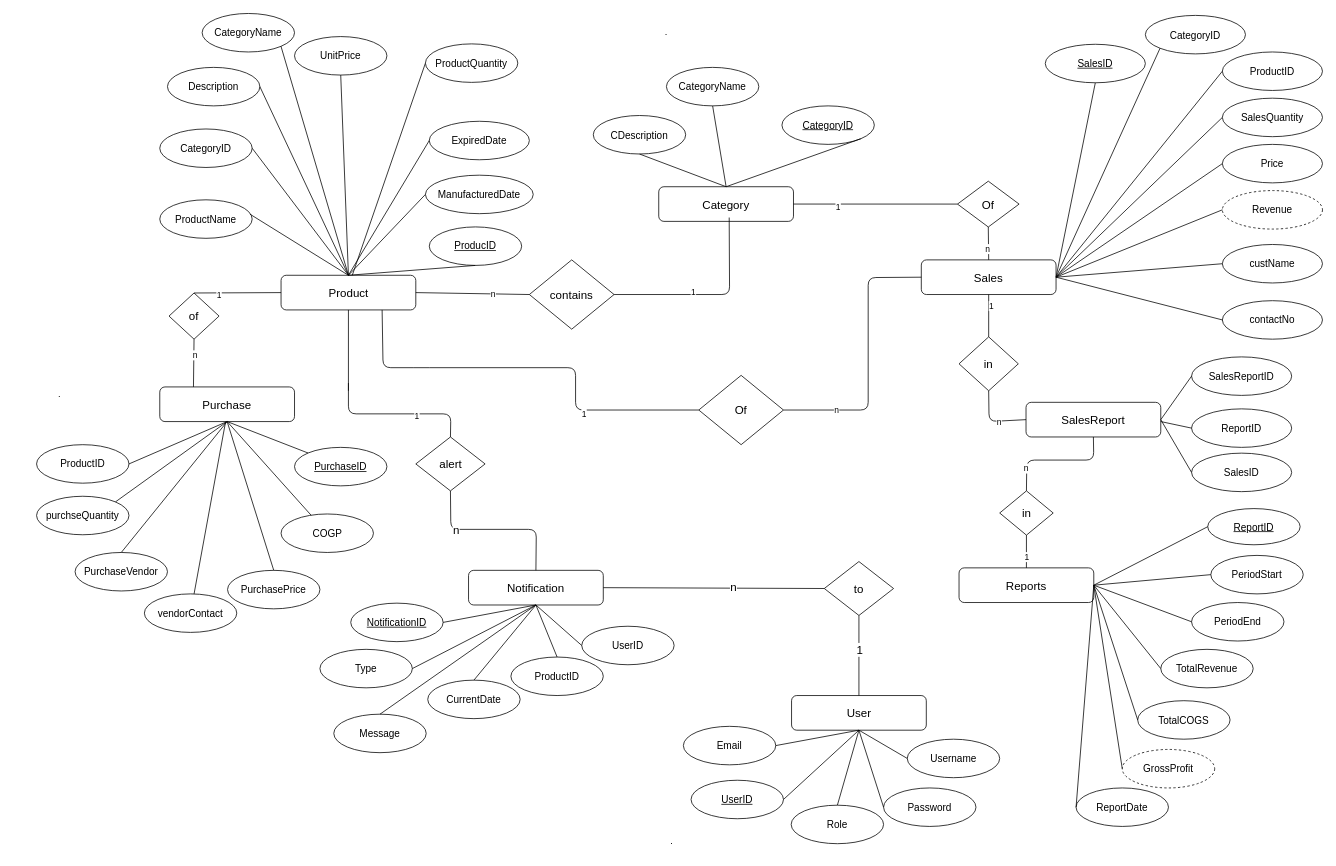
Above: ErDiagram.drawio in parmilan1998/Sales_management_system (draw.io), before the change. Source tidied: cells renumbered, new cells numbered last; positions are measured from the earlier drawing's top-left corner, leaving out a move shared by most shapes. Both pictures are drawn from the tidied source at 77%, with x=0, y=0 at pixel (36, 13).
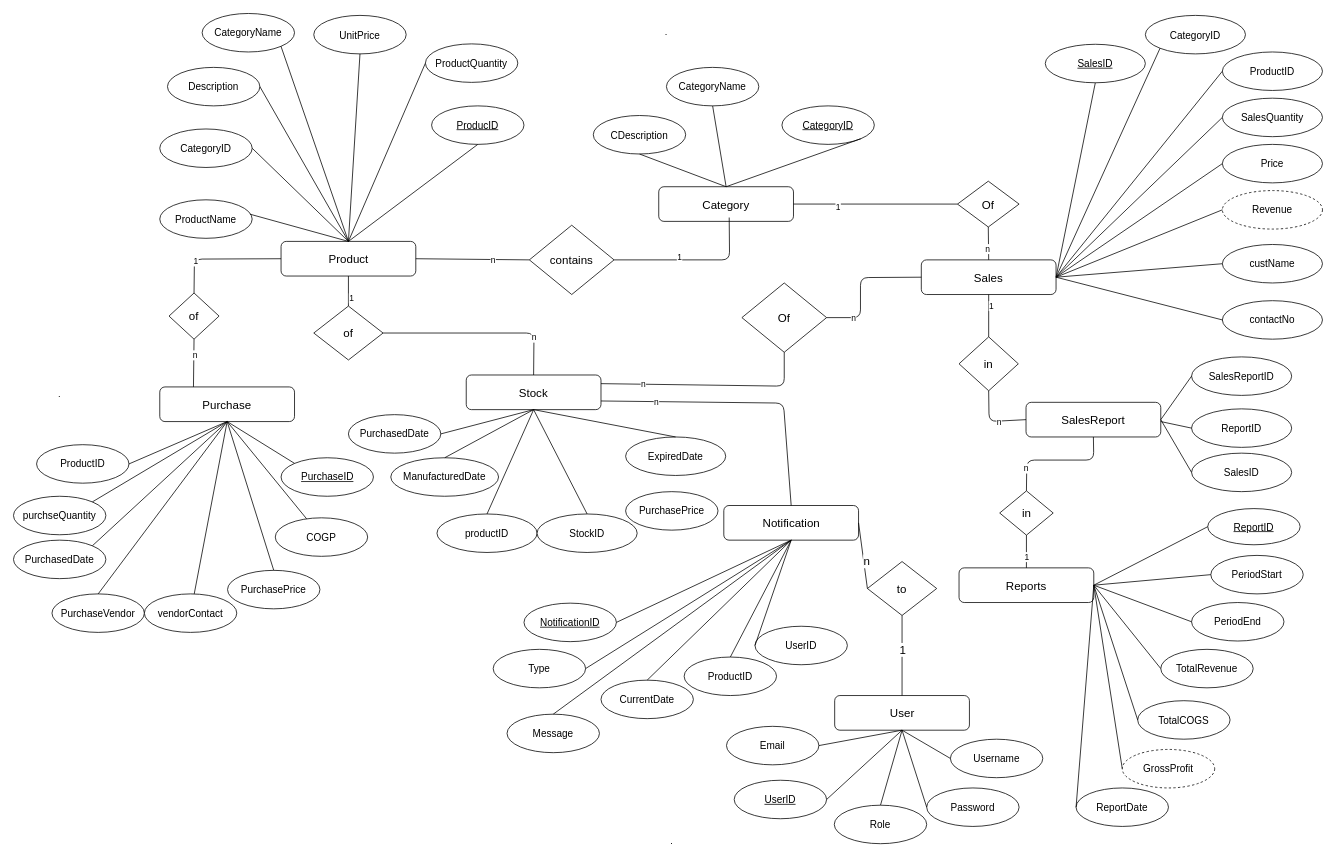
The same page after the edit.

Commit message (it also covers changes not shown here):
found defect

Unchanged cells that the change refers to:
```xml
<mxCell id="9" value="Sales" style="rounded=1;whiteSpace=wrap;html=1;fontSize=15;" parent="1" vertex="1">
  <mxGeometry x="1149" y="320" width="175" height="45" as="geometry" />
</mxCell>
<mxCell id="38" value="Purchase" style="rounded=1;whiteSpace=wrap;html=1;fontSize=15;" parent="1" vertex="1">
  <mxGeometry x="160" y="485" width="175" height="45" as="geometry" />
</mxCell>
<mxCell id="139" value="of" style="rhombus;whiteSpace=wrap;html=1;fontSize=15;" parent="1" vertex="1">
  <mxGeometry x="172" y="363" width="65" height="60" as="geometry" />
</mxCell>
<mxCell id="144" value="ProductQuantity" style="ellipse;whiteSpace=wrap;html=1;fontSize=13;fontStyle=0;" parent="1" vertex="1">
  <mxGeometry x="505" y="39.5" width="120" height="50" as="geometry" />
</mxCell>
<mxCell id="147" value="vendorContact" style="ellipse;whiteSpace=wrap;html=1;fontSize=13;fontStyle=0;" parent="1" vertex="1">
  <mxGeometry x="140" y="753.8" width="120" height="50" as="geometry" />
</mxCell>
```

Change to the diagram source:
```diff
@@
-<mxGraphModel background="#ffffff">
+<mxGraphModel>
@@
     <mxCell id="8" value="Product" style="rounded=1;whiteSpace=wrap;html=1;fontSize=15;" parent="1" vertex="1">
-      <mxGeometry x="317.5" y="340" width="175" height="45" as="geometry" />
+      <mxGeometry x="317.5" y="296" width="175" height="45" as="geometry" />
     </mxCell>
@@
     <mxCell id="12" value="ProducID" style="ellipse;whiteSpace=wrap;html=1;fontSize=13;fontStyle=4;" parent="1" vertex="1">
-      <mxGeometry x="510" y="277.2" width="120" height="50" as="geometry" />
+      <mxGeometry x="513" y="120" width="120" height="50" as="geometry" />
     </mxCell>
@@
     <mxCell id="15" value="UnitPrice" style="ellipse;whiteSpace=wrap;html=1;fontSize=13;fontStyle=0;" parent="1" vertex="1">
-      <mxGeometry x="335" y="30" width="120" height="50" as="geometry" />
+      <mxGeometry x="360" y="2.5" width="120" height="50" as="geometry" />
     </mxCell>
-    <mxCell id="16" value="ManufacturedDate" style="ellipse;whiteSpace=wrap;html=1;fontSize=13;fontStyle=0;" parent="1" vertex="1">
-      <mxGeometry x="505" y="210" width="140" height="50" as="geometry" />
-    </mxCell>
-    <mxCell id="17" value="ExpiredDate" style="ellipse;whiteSpace=wrap;html=1;fontSize=13;fontStyle=0;" parent="1" vertex="1">
-      <mxGeometry x="510" y="140" width="130" height="50" as="geometry" />
-    </mxCell>
@@
-    <mxCell id="23" style="endArrow=none;html=1;fontSize=15;entryX=0.5;entryY=0;entryDx=0;entryDy=0;exitX=0;exitY=0.5;exitDx=0;exitDy=0;" parent="1" edge="1" source="17" target="8">
-      <mxGeometry relative="1" as="geometry" />
-    </mxCell>
-    <mxCell id="24" style="endArrow=none;html=1;fontSize=15;entryX=0.5;entryY=0;entryDx=0;entryDy=0;exitX=0;exitY=0.5;exitDx=0;exitDy=0;" parent="1" edge="1" source="16" target="8">
-      <mxGeometry relative="1" as="geometry" />
-    </mxCell>
@@
-    <mxCell id="37" style="endArrow=none;html=1;fontSize=15;entryX=0;entryY=0.5;entryDx=0;entryDy=0;" parent="1" edge="1" target="144">
-      <mxGeometry relative="1" as="geometry">
-        <mxPoint x="410" y="340" as="sourcePoint" />
-      </mxGeometry>
+    <mxCell id="37" style="endArrow=none;html=1;fontSize=15;entryX=0;entryY=0.5;entryDx=0;entryDy=0;exitX=0.5;exitY=0;exitDx=0;exitDy=0;" parent="1" edge="1" source="8" target="144">
+      <mxGeometry relative="1" as="geometry" />
     </mxCell>
@@
     <mxCell id="39" value="PurchaseID" style="ellipse;whiteSpace=wrap;html=1;fontSize=13;fontStyle=4;" parent="1" vertex="1">
-      <mxGeometry x="335" y="563.5" width="120" height="50" as="geometry" />
+      <mxGeometry x="317.5" y="577" width="120" height="50" as="geometry" />
     </mxCell>
@@
     <mxCell id="41" value="purchseQuantity" style="ellipse;whiteSpace=wrap;html=1;fontSize=13;fontStyle=0;" parent="1" vertex="1">
-      <mxGeometry y="627" width="120" height="50" as="geometry" />
+      <mxGeometry x="-30" y="627" width="120" height="50" as="geometry" />
     </mxCell>
@@
     <mxCell id="43" value="PurchaseVendor" style="ellipse;whiteSpace=wrap;html=1;fontSize=13;fontStyle=0;" parent="1" vertex="1">
-      <mxGeometry x="50" y="700" width="120" height="50" as="geometry" />
+      <mxGeometry x="20" y="753.8" width="120" height="50" as="geometry" />
     </mxCell>
@@
     <mxCell id="63" value="contains" style="rhombus;whiteSpace=wrap;html=1;fontSize=15;" parent="1" vertex="1">
-      <mxGeometry x="640" y="320" width="110" height="90" as="geometry" />
+      <mxGeometry x="640" y="275" width="110" height="90" as="geometry" />
     </mxCell>
     <mxCell id="64" value="Of" style="rhombus;whiteSpace=wrap;html=1;fontSize=15;" parent="1" vertex="1">
-      <mxGeometry x="860" y="470" width="110" height="90" as="geometry" />
+      <mxGeometry x="916" y="350" width="110" height="90" as="geometry" />
     </mxCell>
     <mxCell id="65" value="User" style="rounded=1;whiteSpace=wrap;html=1;fontSize=15;" parent="1" vertex="1">
-      <mxGeometry x="980.5" y="885.8" width="175" height="45" as="geometry" />
+      <mxGeometry x="1036.5" y="885.8" width="175" height="45" as="geometry" />
     </mxCell>
     <mxCell id="66" value="UserID" style="ellipse;whiteSpace=wrap;html=1;fontSize=13;fontStyle=0;" parent="1" vertex="1">
-      <mxGeometry x="708" y="795.8" width="120" height="50" as="geometry" />
+      <mxGeometry x="933" y="795.8" width="120" height="50" as="geometry" />
     </mxCell>
     <mxCell id="67" value="Email" style="ellipse;whiteSpace=wrap;html=1;fontSize=13;fontStyle=0;" parent="1" vertex="1">
-      <mxGeometry x="840" y="925.8" width="120" height="50" as="geometry" />
+      <mxGeometry x="896" y="925.8" width="120" height="50" as="geometry" />
     </mxCell>
     <mxCell id="68" value="Username" style="ellipse;whiteSpace=wrap;html=1;fontSize=13;fontStyle=0;" parent="1" vertex="1">
-      <mxGeometry x="1130.8" y="942.5" width="120" height="50" as="geometry" />
+      <mxGeometry x="1186.8" y="942.5" width="120" height="50" as="geometry" />
     </mxCell>
     <mxCell id="69" value="Password" style="ellipse;whiteSpace=wrap;html=1;fontSize=13;fontStyle=0;" parent="1" vertex="1">
-      <mxGeometry x="1100" y="1005.8" width="120" height="50" as="geometry" />
+      <mxGeometry x="1156" y="1005.8" width="120" height="50" as="geometry" />
     </mxCell>
     <mxCell id="70" value="Role" style="ellipse;whiteSpace=wrap;html=1;fontSize=13;fontStyle=0;" parent="1" vertex="1">
-      <mxGeometry x="980" y="1028.2" width="120" height="50" as="geometry" />
+      <mxGeometry x="1036" y="1028.2" width="120" height="50" as="geometry" />
     </mxCell>
@@
     <mxCell id="75" value="Notification" style="rounded=1;whiteSpace=wrap;html=1;fontSize=15;" parent="1" vertex="1">
-      <mxGeometry x="561" y="723.2" width="175" height="45" as="geometry" />
+      <mxGeometry x="892.5" y="639" width="175" height="45" as="geometry" />
     </mxCell>
     <mxCell id="76" value="NotificationID" style="ellipse;whiteSpace=wrap;html=1;fontSize=13;fontStyle=4;" parent="1" vertex="1">
-      <mxGeometry x="408" y="765.8" width="120" height="50" as="geometry" />
+      <mxGeometry x="633" y="765.8" width="120" height="50" as="geometry" />
     </mxCell>
     <mxCell id="77" value="Type" style="ellipse;whiteSpace=wrap;html=1;fontSize=13;fontStyle=0;" parent="1" vertex="1">
-      <mxGeometry x="368" y="825.8" width="120" height="50" as="geometry" />
+      <mxGeometry x="593" y="825.8" width="120" height="50" as="geometry" />
     </mxCell>
     <mxCell id="78" value="Message" style="ellipse;whiteSpace=wrap;html=1;fontSize=13;fontStyle=0;" parent="1" vertex="1">
-      <mxGeometry x="386" y="910" width="120" height="50" as="geometry" />
+      <mxGeometry x="611" y="910" width="120" height="50" as="geometry" />
     </mxCell>
     <mxCell id="79" value="CurrentDate" style="ellipse;whiteSpace=wrap;html=1;fontSize=13;fontStyle=0;" parent="1" vertex="1">
-      <mxGeometry x="508" y="865.8" width="120" height="50" as="geometry" />
+      <mxGeometry x="733" y="865.8" width="120" height="50" as="geometry" />
     </mxCell>
-    <mxCell id="80" style="endArrow=none;html=1;fontSize=15;entryX=0.5;entryY=1;entryDx=0;entryDy=0;exitX=1;exitY=0.5;exitDx=0;exitDy=0;" parent="1" edge="1" source="76" target="75">
+    <mxCell id="80" style="endArrow=none;html=1;fontSize=15;entryX=0.5;entryY=1;entryDx=0;entryDy=0;exitX=1;exitY=0.5;exitDx=0;exitDy=0;startArrow=none;" parent="1" edge="1" source="76" target="75">
       <mxGeometry relative="1" as="geometry" />
     </mxCell>
@@
     <mxCell id="84" value="UserID" style="ellipse;whiteSpace=wrap;html=1;fontSize=13;fontStyle=4;" parent="1" vertex="1">
-      <mxGeometry x="850" y="995.8" width="120" height="50" as="geometry" />
+      <mxGeometry x="906" y="995.8" width="120" height="50" as="geometry" />
     </mxCell>
@@
     <mxCell id="86" value="to" style="rhombus;whiteSpace=wrap;html=1;fontSize=15;" parent="1" vertex="1">
-      <mxGeometry x="1023" y="711.8" width="90" height="70" as="geometry" />
+      <mxGeometry x="1079" y="711.8" width="90" height="70" as="geometry" />
     </mxCell>
@@
     <mxCell id="91" value="ProductID" style="ellipse;whiteSpace=wrap;html=1;fontSize=13;fontStyle=0;" parent="1" vertex="1">
-      <mxGeometry x="616" y="835.8" width="120" height="50" as="geometry" />
+      <mxGeometry x="841" y="835.8" width="120" height="50" as="geometry" />
     </mxCell>
@@
-    <mxCell id="93" value="alert" style="rhombus;whiteSpace=wrap;html=1;fontSize=15;" parent="1" vertex="1">
-      <mxGeometry x="492.5" y="550" width="90" height="70" as="geometry" />
+    <mxCell id="93" value="of" style="rhombus;whiteSpace=wrap;html=1;fontSize=15;" parent="1" vertex="1">
+      <mxGeometry x="360" y="380" width="90" height="70" as="geometry" />
     </mxCell>
-    <mxCell id="94" style="endArrow=none;html=1;fontSize=15;entryX=0.5;entryY=0;entryDx=0;entryDy=0;exitX=0.5;exitY=1;exitDx=0;exitDy=0;" parent="1" edge="1" source="93" target="75">
-      <mxGeometry relative="1" as="geometry">
-        <Array as="points">
-          <mxPoint x="538" y="670" />
-          <mxPoint x="649" y="670" />
-        </Array>
-      </mxGeometry>
-    </mxCell>
-    <mxCell id="95" value="n" style="edgeLabel;html=1;align=center;verticalAlign=middle;fontSize=15;" parent="94" vertex="1">
-      <mxGeometry x="-0.47" relative="1" as="geometry" />
-    </mxCell>
@@
-    <mxCell id="99" style="endArrow=none;html=1;exitX=0.5;exitY=1;exitDx=0;exitDy=0;" parent="1" edge="1">
+    <mxCell id="99" style="endArrow=none;html=1;exitX=0.5;exitY=1;exitDx=0;exitDy=0;entryX=1;entryY=0.5;entryDx=0;entryDy=0;" parent="1" edge="1" target="63">
       <mxGeometry relative="1" as="geometry">
         <mxPoint x="899.5" y="265" as="sourcePoint" />
-        <mxPoint x="750" y="365" as="targetPoint" />
         <Array as="points">
-          <mxPoint x="900" y="365" />
+          <mxPoint x="900" y="320" />
         </Array>
       </mxGeometry>
     </mxCell>
@@
-    <mxCell id="101" style="endArrow=none;html=1;entryX=0;entryY=0.5;entryDx=0;entryDy=0;exitX=0.75;exitY=1;exitDx=0;exitDy=0;" parent="1" edge="1" source="8" target="64">
-      <mxGeometry relative="1" as="geometry">
-        <Array as="points">
-          <mxPoint x="450" y="460" />
-          <mxPoint x="500" y="460" />
-          <mxPoint x="700" y="460" />
-          <mxPoint x="700" y="515" />
-        </Array>
-      </mxGeometry>
-    </mxCell>
-    <mxCell id="102" value="1" style="edgeLabel;html=1;align=center;verticalAlign=middle;" parent="101" vertex="1">
-      <mxGeometry x="0.45" y="-4" relative="1" as="geometry">
-        <mxPoint x="-1" as="offset" />
-      </mxGeometry>
-    </mxCell>
     <mxCell id="103" style="endArrow=none;html=1;entryX=0;entryY=0.5;entryDx=0;entryDy=0;exitX=1;exitY=0.5;exitDx=0;exitDy=0;" parent="1" edge="1" source="64" target="9">
       <mxGeometry relative="1" as="geometry">
         <Array as="points">
-          <mxPoint x="1080" y="515" />
-          <mxPoint x="1080" y="343" />
+          <mxPoint x="1070" y="395" />
+          <mxPoint x="1070" y="343" />
         </Array>
       </mxGeometry>
     </mxCell>
@@
-    <mxCell id="105" style="endArrow=none;html=1;entryX=0.5;entryY=1;entryDx=0;entryDy=0;" parent="1" edge="1" target="8">
-      <mxGeometry relative="1" as="geometry">
-        <mxPoint x="405" y="490" as="sourcePoint" />
-      </mxGeometry>
-    </mxCell>
-    <mxCell id="106" style="endArrow=none;html=1;exitX=0.5;exitY=0;exitDx=0;exitDy=0;" parent="1" edge="1" source="93">
-      <mxGeometry relative="1" as="geometry">
-        <mxPoint x="405" y="480" as="targetPoint" />
-        <Array as="points">
-          <mxPoint x="538" y="520" />
-          <mxPoint x="405" y="520" />
-        </Array>
-      </mxGeometry>
-    </mxCell>
-    <mxCell id="107" value="1" style="edgeLabel;html=1;align=center;verticalAlign=middle;" parent="106" vertex="1">
-      <mxGeometry x="-0.26" y="2" relative="1" as="geometry" />
-    </mxCell>
@@
     <mxCell id="115" value="COGP" style="ellipse;whiteSpace=wrap;html=1;fontSize=13;fontStyle=0;" parent="1" vertex="1">
-      <mxGeometry x="317.5" y="650" width="120" height="50" as="geometry" />
+      <mxGeometry x="310" y="655" width="120" height="50" as="geometry" />
     </mxCell>
@@
     <mxCell id="140" style="endArrow=none;html=1;entryX=0;entryY=0.5;entryDx=0;entryDy=0;exitX=0.5;exitY=0;exitDx=0;exitDy=0;" parent="1" edge="1" source="139" target="8">
-      <mxGeometry relative="1" as="geometry" />
+      <mxGeometry relative="1" as="geometry">
+        <Array as="points">
+          <mxPoint x="205" y="319" />
+        </Array>
+      </mxGeometry>
     </mxCell>
@@
-    <mxCell id="148" style="endArrow=none;html=1;fontSize=15;entryX=0.5;entryY=1;entryDx=0;entryDy=0;" parent="1" edge="1" source="147">
-      <mxGeometry relative="1" as="geometry">
-        <mxPoint x="245.5" y="530" as="targetPoint" />
-      </mxGeometry>
+    <mxCell id="148" style="endArrow=none;html=1;fontSize=15;entryX=0.5;entryY=1;entryDx=0;entryDy=0;" parent="1" edge="1" source="147" target="38">
+      <mxGeometry relative="1" as="geometry" />
     </mxCell>
@@
+    <mxCell id="151" value="Stock" style="rounded=1;whiteSpace=wrap;html=1;fontSize=15;" parent="1" vertex="1">
+      <mxGeometry x="558" y="469.5" width="175" height="45" as="geometry" />
+    </mxCell>
+    <mxCell id="152" value="productID" style="ellipse;whiteSpace=wrap;html=1;fontSize=13;fontStyle=0;" parent="1" vertex="1">
+      <mxGeometry x="520" y="650" width="130" height="50" as="geometry" />
+    </mxCell>
+    <mxCell id="153" value="StockID" style="ellipse;whiteSpace=wrap;html=1;fontSize=13;fontStyle=0;" parent="1" vertex="1">
+      <mxGeometry x="650" y="650" width="130" height="50" as="geometry" />
+    </mxCell>
+    <mxCell id="16" value="ManufacturedDate" style="ellipse;whiteSpace=wrap;html=1;fontSize=13;fontStyle=0;" parent="1" vertex="1">
+      <mxGeometry x="460" y="577" width="140" height="50" as="geometry" />
+    </mxCell>
+    <mxCell id="17" value="ExpiredDate" style="ellipse;whiteSpace=wrap;html=1;fontSize=13;fontStyle=0;" parent="1" vertex="1">
+      <mxGeometry x="765" y="550" width="130" height="50" as="geometry" />
+    </mxCell>
+    <mxCell id="154" style="endArrow=none;html=1;fontSize=15;exitX=0.5;exitY=0;exitDx=0;exitDy=0;entryX=0.5;entryY=1;entryDx=0;entryDy=0;" parent="1" edge="1" source="17" target="151">
+      <mxGeometry relative="1" as="geometry" />
+    </mxCell>
+    <mxCell id="155" style="endArrow=none;html=1;fontSize=15;entryX=0.5;entryY=1;entryDx=0;entryDy=0;exitX=0.5;exitY=0;exitDx=0;exitDy=0;" parent="1" edge="1" source="16" target="151">
+      <mxGeometry relative="1" as="geometry" />
+    </mxCell>
+    <mxCell id="156" style="endArrow=none;html=1;fontSize=15;exitX=0.5;exitY=0;exitDx=0;exitDy=0;entryX=0.5;entryY=1;entryDx=0;entryDy=0;" parent="1" edge="1" source="152" target="151">
+      <mxGeometry relative="1" as="geometry" />
+    </mxCell>
+    <mxCell id="157" style="endArrow=none;html=1;fontSize=15;exitX=0.5;exitY=0;exitDx=0;exitDy=0;entryX=0.5;entryY=1;entryDx=0;entryDy=0;" parent="1" edge="1" source="153" target="151">
+      <mxGeometry relative="1" as="geometry" />
+    </mxCell>
+    <mxCell id="158" style="endArrow=none;html=1;entryX=0.5;entryY=1;entryDx=0;entryDy=0;exitX=1;exitY=0.25;exitDx=0;exitDy=0;" parent="1" edge="1" source="151" target="64">
+      <mxGeometry relative="1" as="geometry">
+        <Array as="points">
+          <mxPoint x="971" y="484" />
+        </Array>
+      </mxGeometry>
+    </mxCell>
+    <mxCell id="159" value="n" style="edgeLabel;html=1;align=center;verticalAlign=middle;" parent="158" vertex="1">
+      <mxGeometry x="-0.61" relative="1" as="geometry" />
+    </mxCell>
+    <mxCell id="160" style="endArrow=none;html=1;entryX=0.5;entryY=0;entryDx=0;entryDy=0;exitX=1;exitY=0.75;exitDx=0;exitDy=0;" parent="1" edge="1" source="151" target="75">
+      <mxGeometry relative="1" as="geometry">
+        <Array as="points">
+          <mxPoint x="970" y="506" />
+        </Array>
+      </mxGeometry>
+    </mxCell>
+    <mxCell id="161" value="n" style="edgeLabel;html=1;align=center;verticalAlign=middle;" parent="160" vertex="1">
+      <mxGeometry x="-0.61" relative="1" as="geometry" />
+    </mxCell>
+    <mxCell id="162" style="endArrow=none;html=1;exitX=0.5;exitY=0;exitDx=0;exitDy=0;entryX=1;entryY=0.5;entryDx=0;entryDy=0;" parent="1" edge="1" source="151" target="93">
+      <mxGeometry relative="1" as="geometry">
+        <Array as="points">
+          <mxPoint x="646" y="415" />
+        </Array>
+      </mxGeometry>
+    </mxCell>
+    <mxCell id="163" value="n" style="edgeLabel;html=1;align=center;verticalAlign=middle;" parent="162" vertex="1">
+      <mxGeometry x="-0.61" relative="1" as="geometry" />
+    </mxCell>
+    <mxCell id="164" style="endArrow=none;html=1;entryX=0.5;entryY=1;entryDx=0;entryDy=0;exitX=0.5;exitY=0;exitDx=0;exitDy=0;" parent="1" edge="1" source="93" target="8">
+      <mxGeometry relative="1" as="geometry" />
+    </mxCell>
+    <mxCell id="165" value="1" style="edgeLabel;html=1;align=center;verticalAlign=middle;" parent="164" vertex="1">
+      <mxGeometry x="-0.43" y="-3" relative="1" as="geometry" />
+    </mxCell>
+    <mxCell id="166" value="PurchasePrice" style="ellipse;whiteSpace=wrap;html=1;fontSize=13;fontStyle=0;" parent="1" vertex="1">
+      <mxGeometry x="765" y="621" width="120" height="50" as="geometry" />
+    </mxCell>
+    <mxCell id="167" value="PurchasedDate" style="ellipse;whiteSpace=wrap;html=1;fontSize=13;fontStyle=0;" parent="1" vertex="1">
+      <mxGeometry x="-30" y="684" width="120" height="50" as="geometry" />
+    </mxCell>
+    <mxCell id="168" value="PurchasedDate" style="ellipse;whiteSpace=wrap;html=1;fontSize=13;fontStyle=0;" parent="1" vertex="1">
+      <mxGeometry x="405" y="521" width="120" height="50" as="geometry" />
+    </mxCell>
+    <mxCell id="169" style="endArrow=none;html=1;fontSize=15;exitX=1;exitY=0;exitDx=0;exitDy=0;entryX=0.5;entryY=1;entryDx=0;entryDy=0;" parent="1" edge="1" source="167" target="38">
+      <mxGeometry relative="1" as="geometry" />
+    </mxCell>
+    <mxCell id="170" style="endArrow=none;html=1;fontSize=15;exitX=1;exitY=0.5;exitDx=0;exitDy=0;entryX=0.5;entryY=1;entryDx=0;entryDy=0;" parent="1" edge="1" source="168" target="151">
+      <mxGeometry relative="1" as="geometry" />
+    </mxCell>
```
